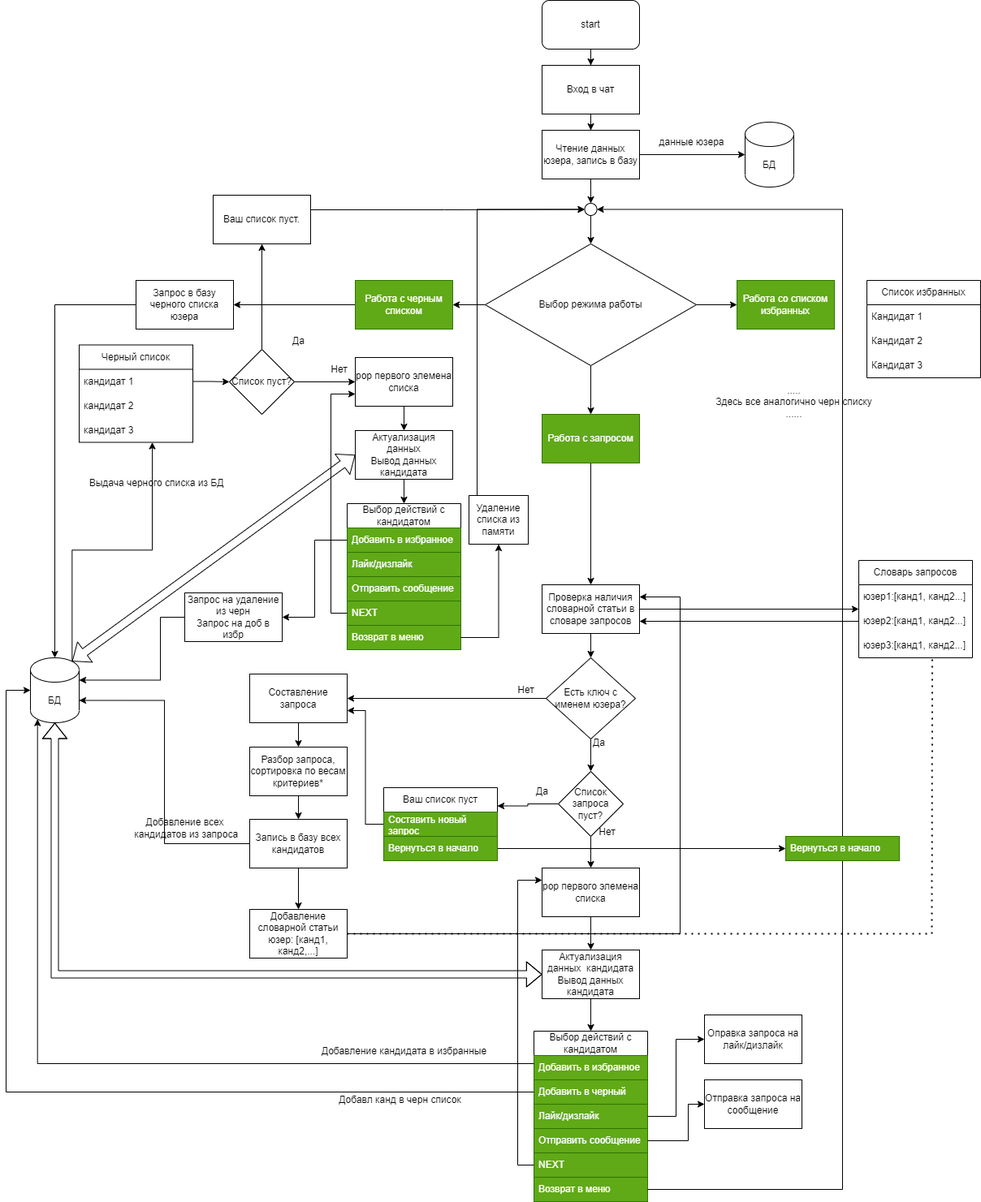
Before: schem.png, a diagram exported from draw.io (TimurTsedik/VKinder). Source tidied: cells renumbered, new cells last; positions are measured from the earlier drawing's top-left corner, leaving out a move shared by most shapes.
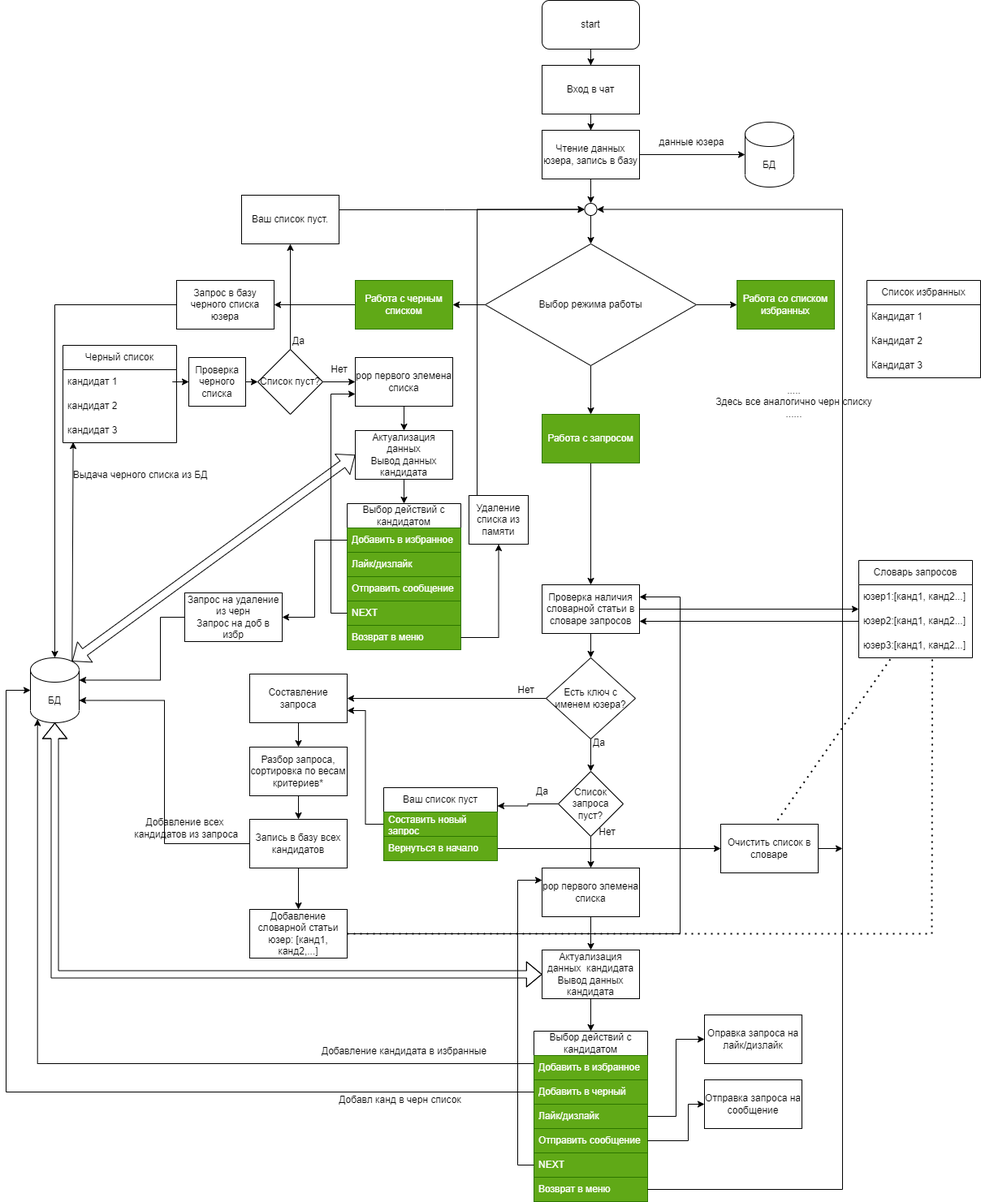
The same file after the commit.

Commit message:
добавил блок-схему в readme

Change to the diagram source:
```diff
@@ -69,7 +69,7 @@
       <mxGeometry y="90" width="140" height="30" as="geometry" />
     </mxCell>
     <mxCell id="24" value="Черный список" style="swimlane;fontStyle=0;horizontal=1;startSize=30;whiteSpace=wrap;html=1;" parent="1" vertex="1">
-      <mxGeometry x="90" y="424.5" width="140" height="120" as="geometry" />
+      <mxGeometry x="70" y="425" width="140" height="120" as="geometry" />
     </mxCell>
     <mxCell id="25" value="кандидат 1" style="text;strokeColor=none;fillColor=none;align=left;verticalAlign=middle;spacingLeft=4;spacingRight=4;overflow=hidden;points=[[0,0.5],[1,0.5]];portConstraint=eastwest;whiteSpace=wrap;html=1;" parent="24" vertex="1">
       <mxGeometry y="30" width="140" height="30" as="geometry" />
@@ -99,7 +99,7 @@
       <mxGeometry relative="1" as="geometry" />
     </mxCell>
     <mxCell id="34" value="Список пуст?" style="rhombus;whiteSpace=wrap;html=1;" parent="1" vertex="1">
-      <mxGeometry x="275" y="430" width="80" height="80" as="geometry" />
+      <mxGeometry x="310" y="430" width="80" height="80" as="geometry" />
     </mxCell>
     <mxCell id="35" style="edgeStyle=orthogonalEdgeStyle;rounded=0;jettySize=auto;html=1;entryX=0;entryY=0.5;entryDx=0;entryDy=0;" parent="1" edge="1" source="37" target="28">
       <mxGeometry relative="1" as="geometry" />
@@ -170,9 +170,6 @@
     <mxCell id="57" value="Запись в базу всех кандидатов" style="rounded=0;whiteSpace=wrap;html=1;" parent="1" vertex="1">
       <mxGeometry x="300" y="1009" width="120" height="60" as="geometry" />
     </mxCell>
-    <mxCell id="58" style="edgeStyle=orthogonalEdgeStyle;rounded=0;jettySize=auto;html=1;exitX=0.855;exitY=0;exitDx=0;exitDy=4.35;exitPerimeter=0;entryX=0.643;entryY=1;entryDx=0;entryDy=0;entryPerimeter=0;" parent="1" edge="1" source="59" target="27">
-      <mxGeometry relative="1" as="geometry" />
-    </mxCell>
     <mxCell id="59" value="БД" style="shape=cylinder3;whiteSpace=wrap;html=1;boundedLbl=1;backgroundOutline=1;size=15;" parent="1" vertex="1">
       <mxGeometry x="30" y="810" width="60" height="80" as="geometry" />
     </mxCell>
@@ -246,7 +243,7 @@
       </mxGeometry>
     </mxCell>
     <mxCell id="78" value="Ваш список пуст." style="rounded=0;whiteSpace=wrap;html=1;" parent="1" vertex="1">
-      <mxGeometry x="255" y="240" width="120" height="60" as="geometry" />
+      <mxGeometry x="290" y="240" width="120" height="60" as="geometry" />
     </mxCell>
     <mxCell id="79" value="Выбор действий с кандидатом" style="swimlane;fontStyle=0;horizontal=1;startSize=30;whiteSpace=wrap;html=1;" parent="1" vertex="1">
       <mxGeometry x="420" y="620" width="140" height="180" as="geometry" />
@@ -270,10 +267,10 @@
       <mxGeometry relative="1" as="geometry" />
     </mxCell>
     <mxCell id="86" value="Запрос в базу черного списка юзера" style="rounded=0;whiteSpace=wrap;html=1;" parent="1" vertex="1">
-      <mxGeometry x="160" y="345" width="120" height="60" as="geometry" />
+      <mxGeometry x="210" y="345" width="120" height="60" as="geometry" />
     </mxCell>
     <mxCell id="87" value="Выдача черного списка из БД" style="text;html=1;align=center;verticalAlign=middle;strokeColor=none;fillColor=none;" parent="1" vertex="1">
-      <mxGeometry x="90" y="580" width="190" height="30" as="geometry" />
+      <mxGeometry x="70" y="570" width="190" height="30" as="geometry" />
     </mxCell>
     <mxCell id="88" value="Добавл канд в черн список" style="text;html=1;align=center;verticalAlign=middle;strokeColor=none;fillColor=none;" parent="1" vertex="1">
       <mxGeometry x="400" y="1340" width="170" height="30" as="geometry" />
@@ -286,7 +283,7 @@
         </Array>
       </mxGeometry>
     </mxCell>
-    <mxCell id="90" style="edgeStyle=orthogonalEdgeStyle;rounded=0;jettySize=auto;html=1;entryX=0;entryY=0.5;entryDx=0;entryDy=0;" parent="1" edge="1" source="25" target="34">
+    <mxCell id="90" style="edgeStyle=orthogonalEdgeStyle;rounded=0;jettySize=auto;html=1;entryX=0;entryY=0.5;entryDx=0;entryDy=0;" parent="1" edge="1" source="25" target="123">
       <mxGeometry relative="1" as="geometry" />
     </mxCell>
     <mxCell id="91" style="edgeStyle=orthogonalEdgeStyle;rounded=0;jettySize=auto;html=1;" parent="1" edge="1" source="92" target="94">
@@ -376,10 +373,7 @@
     <mxCell id="111" style="edgeStyle=orthogonalEdgeStyle;rounded=0;jettySize=auto;html=1;entryX=1;entryY=0.75;entryDx=0;entryDy=0;" parent="1" edge="1" source="115" target="42">
       <mxGeometry relative="1" as="geometry" />
     </mxCell>
-    <mxCell id="112" value="Вернуться в начало" style="text;strokeColor=#2D7600;fillColor=#60a917;align=left;verticalAlign=middle;spacingLeft=4;spacingRight=4;overflow=hidden;points=[[0,0.5],[1,0.5]];portConstraint=eastwest;whiteSpace=wrap;html=1;fontColor=#ffffff;" parent="1" vertex="1">
-      <mxGeometry x="960" y="1030" width="140" height="30" as="geometry" />
-    </mxCell>
-    <mxCell id="113" style="edgeStyle=orthogonalEdgeStyle;rounded=0;jettySize=auto;html=1;" parent="1" edge="1" source="116" target="112">
+    <mxCell id="113" style="edgeStyle=orthogonalEdgeStyle;rounded=0;jettySize=auto;html=1;entryX=0;entryY=0.5;entryDx=0;entryDy=0;" parent="1" edge="1" source="116" target="120">
       <mxGeometry relative="1" as="geometry" />
     </mxCell>
     <mxCell id="114" value="Ваш список пуст" style="swimlane;fontStyle=0;horizontal=1;startSize=30;whiteSpace=wrap;html=1;" parent="1" vertex="1">
@@ -401,5 +395,27 @@
         </Array>
       </mxGeometry>
     </mxCell>
+    <mxCell id="119" style="edgeStyle=orthogonalEdgeStyle;rounded=0;jettySize=auto;html=1;exitX=1;exitY=0.5;exitDx=0;exitDy=0;" parent="1" edge="1" source="120">
+      <mxGeometry relative="1" as="geometry">
+        <mxPoint x="1030" y="1045" as="targetPoint" />
+      </mxGeometry>
+    </mxCell>
+    <mxCell id="120" value="Очистить список в словаре" style="rounded=0;whiteSpace=wrap;html=1;" parent="1" vertex="1">
+      <mxGeometry x="880" y="1015" width="120" height="60" as="geometry" />
+    </mxCell>
+    <mxCell id="121" style="endArrow=none;dashed=1;html=1;dashPattern=1 3;strokeWidth=2;rounded=0;entryX=0.286;entryY=1;entryDx=0;entryDy=0;entryPerimeter=0;" parent="1" edge="1" target="31">
+      <mxGeometry relative="1" as="geometry">
+        <mxPoint x="950" y="1010" as="sourcePoint" />
+      </mxGeometry>
+    </mxCell>
+    <mxCell id="58" style="endArrow=classic;html=1;rounded=0;exitX=0.855;exitY=0;exitDx=0;exitDy=4.35;exitPerimeter=0;entryX=0.09;entryY=0.973;entryDx=0;entryDy=0;entryPerimeter=0;" parent="1" edge="1" source="59" target="27">
+      <mxGeometry relative="1" as="geometry" />
+    </mxCell>
+    <mxCell id="122" style="edgeStyle=orthogonalEdgeStyle;rounded=0;jettySize=auto;html=1;exitX=1;exitY=0.5;exitDx=0;exitDy=0;entryX=0;entryY=0.5;entryDx=0;entryDy=0;" parent="1" edge="1" source="123" target="34">
+      <mxGeometry relative="1" as="geometry" />
+    </mxCell>
+    <mxCell id="123" value="Проверка черного списка" style="rounded=0;whiteSpace=wrap;html=1;" parent="1" vertex="1">
+      <mxGeometry x="225" y="440" width="70" height="60" as="geometry" />
+    </mxCell>
   </root>
 </mxGraphModel>
```
